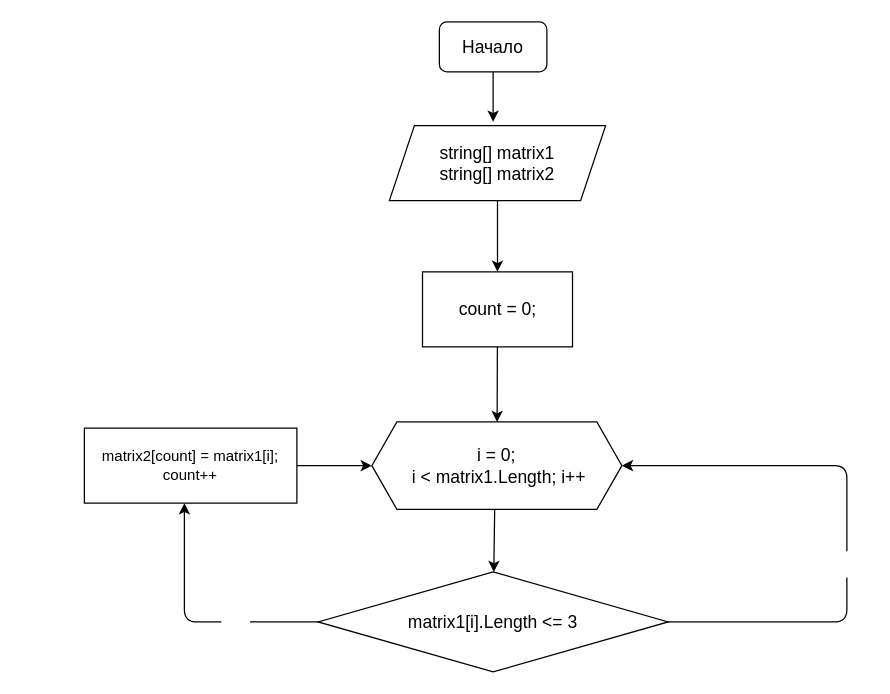
Earlier version of the draw.io diagram Block Diagram Algorithm/DiagramOfAlgorithm.drawio (TaronPogosyan/ControlWork). Source tidied: cells renumbered, new cells numbered last; positions are measured from the earlier drawing's top-left corner, leaving out a move shared by most shapes. Both pictures are drawn from the tidied source at 125%, with x=0, y=0 at pixel (84, 21).
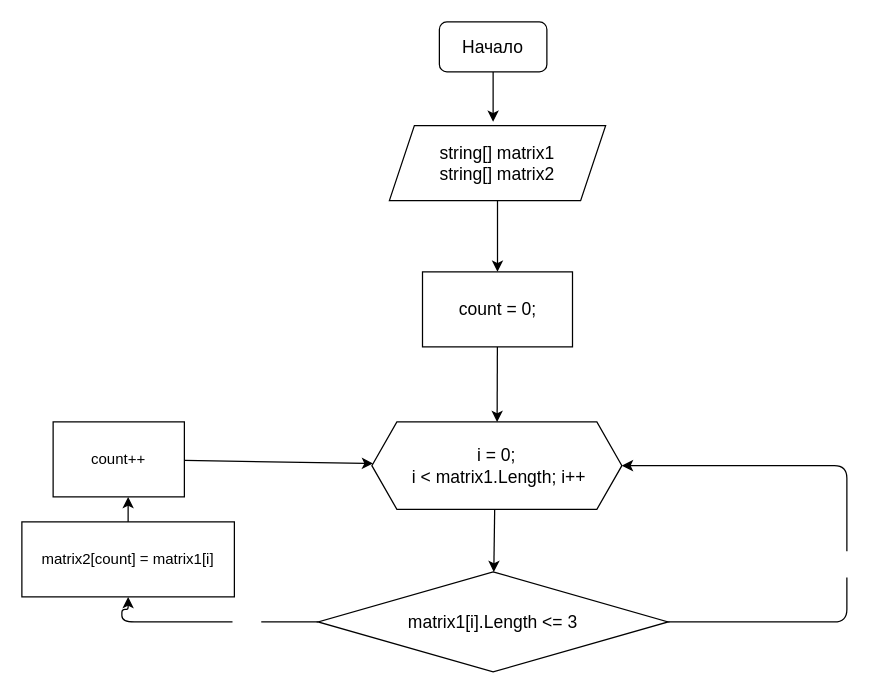
After the change.

Commit message:
Нарисовал блок схему алгоритма

The change refers to these unchanged cells:
```xml
<mxCell id="13" value="matrix1[i].Length &amp;lt;= 3" style="rhombus;whiteSpace=wrap;html=1;fontSize=14;" parent="1" vertex="1">
  <mxGeometry x="187" y="440" width="280" height="80" as="geometry" />
</mxCell>
<mxCell id="14" value="&lt;span&gt;i = 0;&lt;/span&gt;&lt;br&gt;&lt;span&gt;&amp;nbsp;i &amp;lt; matrix1.Length; i++&lt;/span&gt;" style="shape=hexagon;perimeter=hexagonPerimeter2;whiteSpace=wrap;html=1;fixedSize=1;fontSize=14;" parent="1" vertex="1">
  <mxGeometry x="230" y="320" width="200" height="70" as="geometry" />
</mxCell>
```

Change to the diagram source:
```diff
@@
-    <mxCell id="9" style="edgeStyle=none;html=1;exitX=0;exitY=0.5;exitDx=0;exitDy=0;entryX=0.5;entryY=1;entryDx=0;entryDy=0;fontSize=14;" parent="1" edge="1" source="13">
+    <mxCell id="9" style="edgeStyle=none;html=1;exitX=0;exitY=0.5;exitDx=0;exitDy=0;fontSize=14;entryX=0.5;entryY=1;entryDx=0;entryDy=0;" parent="1" edge="1" source="13" target="18">
       <mxGeometry relative="1" as="geometry">
-        <mxPoint x="80" y="385" as="targetPoint" />
         <Array as="points">
           <mxPoint x="80" y="480" />
+          <mxPoint x="30" y="480" />
+          <mxPoint x="30" y="470" />
+          <mxPoint x="35" y="470" />
         </Array>
       </mxGeometry>
     </mxCell>
@@
-    <mxCell id="15" style="edgeStyle=none;html=1;entryX=0;entryY=0.5;entryDx=0;entryDy=0;" parent="1" edge="1" source="16" target="14">
-      <mxGeometry relative="1" as="geometry" />
-    </mxCell>
-    <mxCell id="16" value="matrix2[count] = matrix1[i];&lt;br&gt;count++" style="rounded=0;whiteSpace=wrap;html=1;" parent="1" vertex="1">
-      <mxGeometry y="325" width="170" height="60" as="geometry" />
-    </mxCell>
+    <mxCell id="17" style="edgeStyle=none;html=1;" parent="1" edge="1" source="18">
+      <mxGeometry relative="1" as="geometry">
+        <mxPoint x="35" y="380" as="targetPoint" />
+      </mxGeometry>
+    </mxCell>
+    <mxCell id="18" value="matrix2[count] = matrix1[i]" style="rounded=0;whiteSpace=wrap;html=1;" parent="1" vertex="1">
+      <mxGeometry x="-50" y="400" width="170" height="60" as="geometry" />
+    </mxCell>
+    <mxCell id="19" style="edgeStyle=none;html=1;" parent="1" edge="1" source="20" target="14">
+      <mxGeometry relative="1" as="geometry" />
+    </mxCell>
+    <mxCell id="20" value="count++" style="rounded=0;whiteSpace=wrap;html=1;" parent="1" vertex="1">
+      <mxGeometry x="-25" y="320" width="105" height="60" as="geometry" />
+    </mxCell>
```
